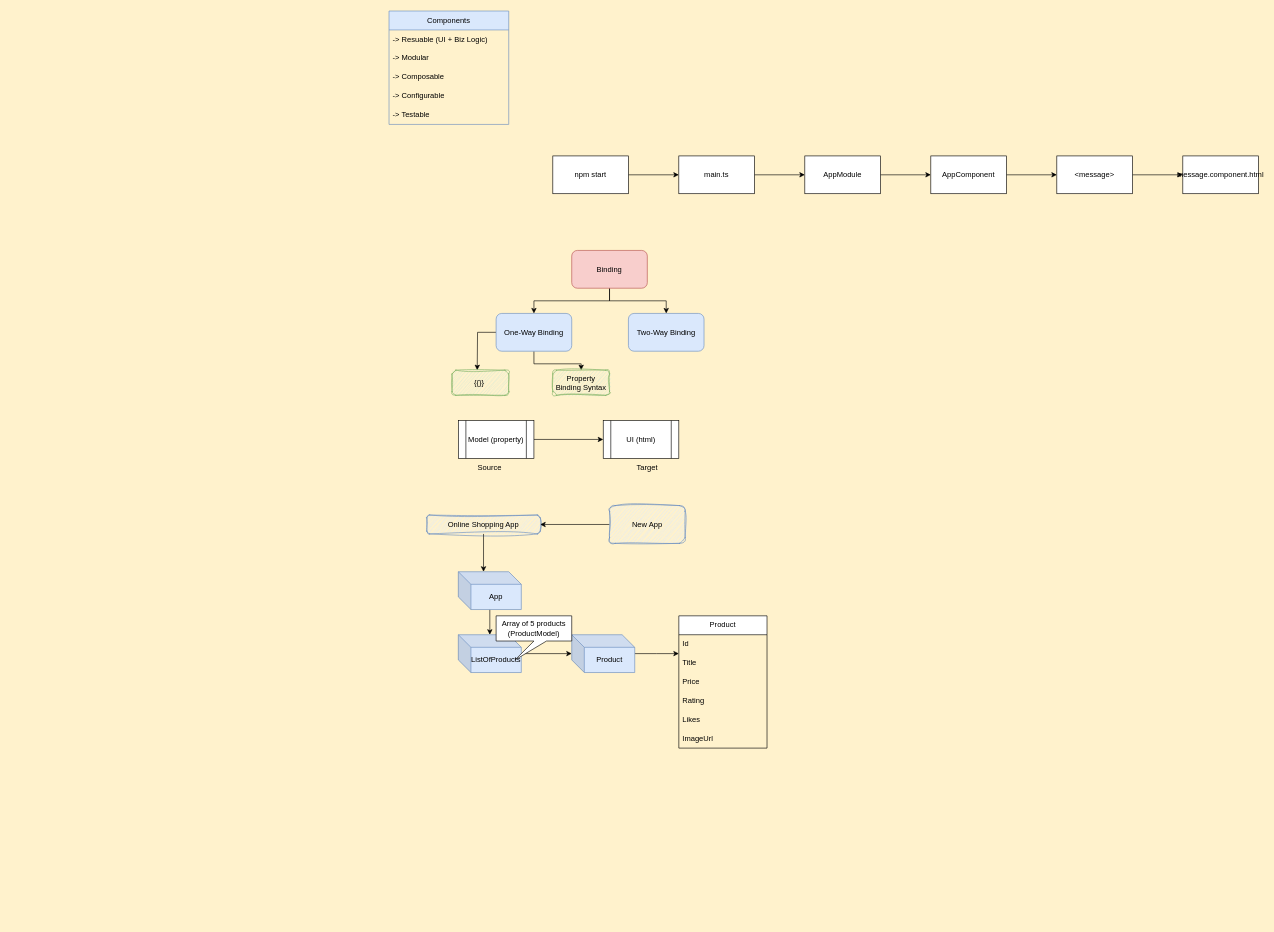
Before: SupportingDocs/SRP_ANG.drawio in SumeetWajpe/SRP_ANG_March_24, a draw.io diagram. Source tidied: cells renumbered, new cells numbered last; positions are measured from the earlier drawing's top-left corner, leaving out a move shared by most shapes. Both pictures are drawn from the tidied source at 63%, with x=0, y=0 at pixel (389, 11).
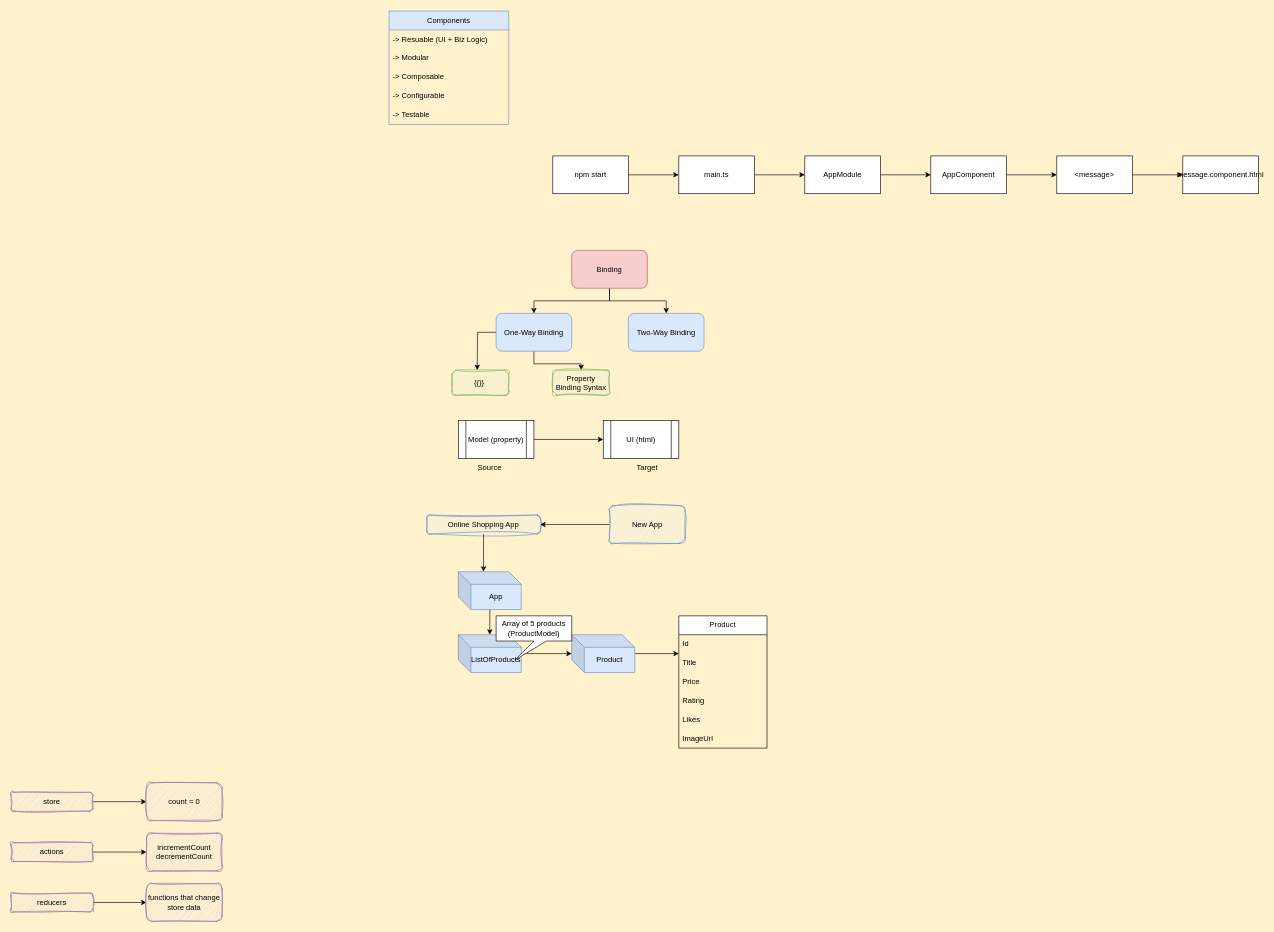
After the change.

The edit, as a diff of the source:
```diff
@@
+    <mxCell id="51" style="edgeStyle=orthogonalEdgeStyle;rounded=0;jettySize=auto;html=1;" parent="1" edge="1" source="52" target="53">
+      <mxGeometry relative="1" as="geometry" />
+    </mxCell>
+    <mxCell id="52" value="store" style="rounded=1;whiteSpace=wrap;html=1;fillColor=#e1d5e7;strokeColor=#9673a6;sketch=1;curveFitting=1;jiggle=2;" parent="1" vertex="1">
+      <mxGeometry x="-600" y="1240" width="130" height="30" as="geometry" />
+    </mxCell>
+    <mxCell id="53" value="count = 0" style="whiteSpace=wrap;html=1;fillColor=#e1d5e7;strokeColor=#9673a6;rounded=1;sketch=1;curveFitting=1;jiggle=2;" parent="1" vertex="1">
+      <mxGeometry x="-385" y="1225" width="120" height="60" as="geometry" />
+    </mxCell>
+    <mxCell id="54" style="edgeStyle=orthogonalEdgeStyle;rounded=0;jettySize=auto;html=1;" parent="1" edge="1" source="55" target="56">
+      <mxGeometry relative="1" as="geometry" />
+    </mxCell>
+    <mxCell id="55" value="actions" style="rounded=1;whiteSpace=wrap;html=1;fillColor=#e1d5e7;strokeColor=#9673a6;sketch=1;curveFitting=1;jiggle=2;" parent="1" vertex="1">
+      <mxGeometry x="-600" y="1320" width="130" height="30" as="geometry" />
+    </mxCell>
+    <mxCell id="56" value="incrementCount&lt;div&gt;decrementCount&lt;/div&gt;" style="whiteSpace=wrap;html=1;fillColor=#e1d5e7;strokeColor=#9673a6;rounded=1;sketch=1;curveFitting=1;jiggle=2;" parent="1" vertex="1">
+      <mxGeometry x="-385" y="1305" width="120" height="60" as="geometry" />
+    </mxCell>
+    <mxCell id="57" style="edgeStyle=orthogonalEdgeStyle;rounded=0;jettySize=auto;html=1;" parent="1" edge="1" source="58" target="59">
+      <mxGeometry relative="1" as="geometry" />
+    </mxCell>
+    <mxCell id="58" value="reducers" style="rounded=1;whiteSpace=wrap;html=1;fillColor=#e1d5e7;strokeColor=#9673a6;sketch=1;curveFitting=1;jiggle=2;" parent="1" vertex="1">
+      <mxGeometry x="-600" y="1400" width="130" height="30" as="geometry" />
+    </mxCell>
+    <mxCell id="59" value="functions that change store data" style="whiteSpace=wrap;html=1;fillColor=#e1d5e7;strokeColor=#9673a6;rounded=1;sketch=1;curveFitting=1;jiggle=2;" parent="1" vertex="1">
+      <mxGeometry x="-385" y="1385" width="120" height="60" as="geometry" />
+    </mxCell>
```
